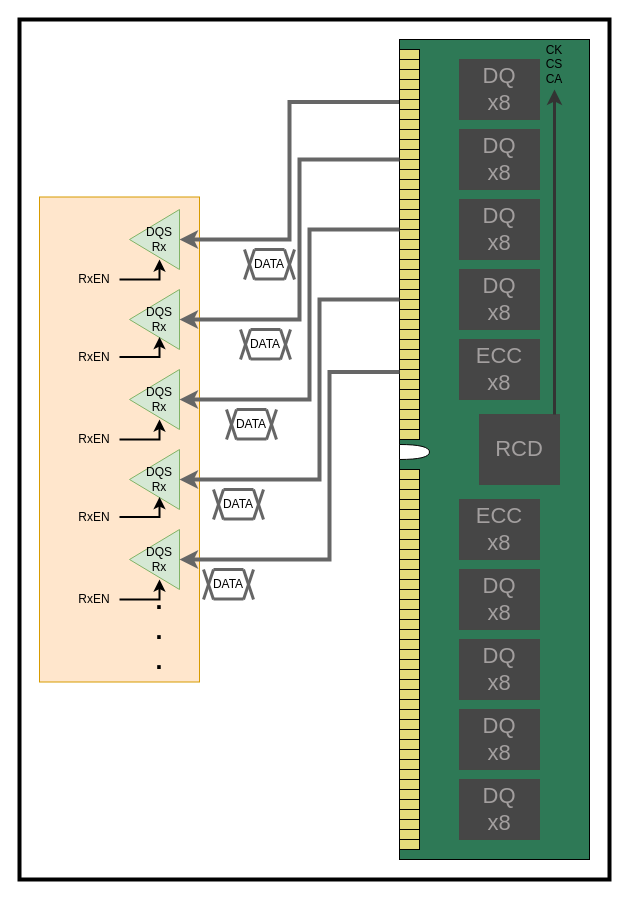
shingaridavesh/memoryandarchitecture keeps this draw.io diagram as docs/images/rdgate/rdgateneed2.drawio. Above is the earlier version. Source tidied: cells renumbered, new cells numbered last; positions are measured from the earlier drawing's top-left corner, leaving out a move shared by most shapes. Both pictures are drawn from the tidied source at 100%, with x=0, y=0 at pixel (19, 19).
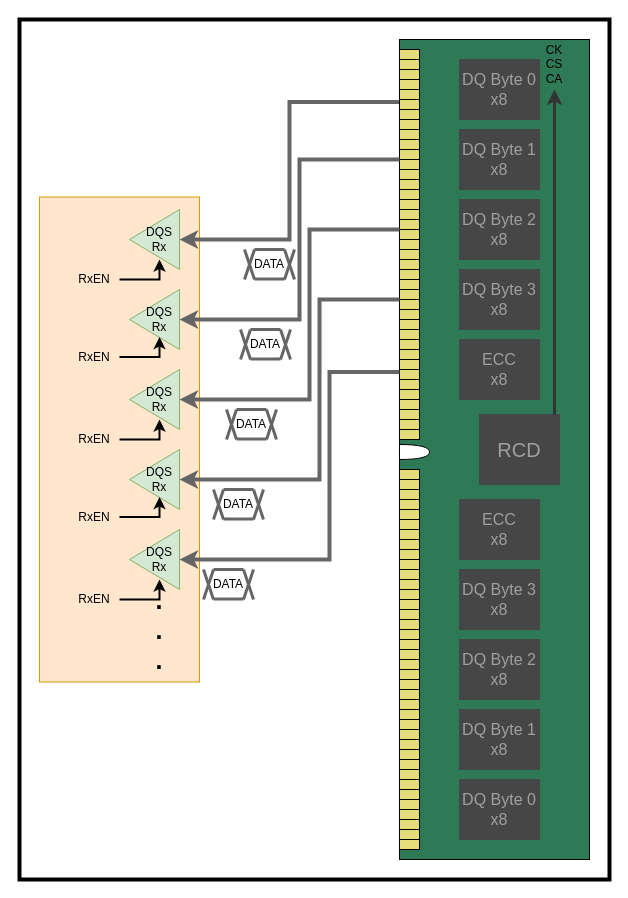
The same page after the edit.

Change to the diagram source:
```diff
@@
-    <mxCell id="12" value="&lt;span style=&quot;color: rgb(163, 159, 159); font-size: 22px;&quot;&gt;ECC&lt;/span&gt;&lt;div&gt;&lt;span style=&quot;color: rgb(163, 159, 159); font-size: 22px;&quot;&gt;x8&lt;/span&gt;&lt;/div&gt;" style="rounded=0;whiteSpace=wrap;html=1;strokeColor=#454744;fillColor=#464646;direction=south;" parent="1" vertex="1">
+    <mxCell id="12" value="&lt;font color=&quot;#a39f9f&quot;&gt;&lt;span style=&quot;font-size: 16px;&quot;&gt;ECC&lt;/span&gt;&lt;/font&gt;&lt;br&gt;&lt;div style=&quot;font-size: 16px;&quot;&gt;&lt;span style=&quot;color: rgb(163, 159, 159);&quot;&gt;x8&lt;/span&gt;&lt;/div&gt;" style="rounded=0;whiteSpace=wrap;html=1;strokeColor=#454744;fillColor=#464646;direction=south;" parent="1" vertex="1">
       <mxGeometry x="440" y="480" width="80" height="60" as="geometry" />
     </mxCell>
-    <mxCell id="13" value="&lt;span style=&quot;color: rgb(163, 159, 159); font-size: 22px;&quot;&gt;DQ&lt;/span&gt;&lt;div&gt;&lt;span style=&quot;color: rgb(163, 159, 159); font-size: 22px;&quot;&gt;x8&lt;/span&gt;&lt;/div&gt;" style="rounded=0;whiteSpace=wrap;html=1;strokeColor=#454744;fillColor=#464646;direction=south;" parent="1" vertex="1">
+    <mxCell id="13" value="&lt;span style=&quot;color: rgb(163, 159, 159); font-size: 16px;&quot;&gt;DQ Byte 3&lt;/span&gt;&lt;div style=&quot;font-size: 16px;&quot;&gt;&lt;span style=&quot;color: rgb(163, 159, 159);&quot;&gt;x8&lt;/span&gt;&lt;/div&gt;" style="rounded=0;whiteSpace=wrap;html=1;strokeColor=#454744;fillColor=#464646;direction=south;" parent="1" vertex="1">
       <mxGeometry x="440" y="550" width="80" height="60" as="geometry" />
     </mxCell>
-    <mxCell id="14" value="&lt;span style=&quot;color: rgb(163, 159, 159); font-size: 22px;&quot;&gt;DQ&lt;/span&gt;&lt;div&gt;&lt;span style=&quot;color: rgb(163, 159, 159); font-size: 22px;&quot;&gt;x8&lt;/span&gt;&lt;/div&gt;" style="rounded=0;whiteSpace=wrap;html=1;strokeColor=#454744;fillColor=#464646;direction=south;" parent="1" vertex="1">
+    <mxCell id="14" value="&lt;span style=&quot;color: rgb(163, 159, 159); font-size: 16px;&quot;&gt;DQ Byte 2&lt;/span&gt;&lt;div style=&quot;font-size: 16px;&quot;&gt;&lt;span style=&quot;color: rgb(163, 159, 159);&quot;&gt;x8&lt;/span&gt;&lt;/div&gt;" style="rounded=0;whiteSpace=wrap;html=1;strokeColor=#454744;fillColor=#464646;direction=south;" parent="1" vertex="1">
       <mxGeometry x="440" y="620" width="80" height="60" as="geometry" />
     </mxCell>
-    <mxCell id="15" value="&lt;span style=&quot;color: rgb(163, 159, 159); font-size: 22px;&quot;&gt;DQ&lt;/span&gt;&lt;div&gt;&lt;span style=&quot;color: rgb(163, 159, 159); font-size: 22px;&quot;&gt;x8&lt;/span&gt;&lt;/div&gt;" style="rounded=0;whiteSpace=wrap;html=1;strokeColor=#454744;fillColor=#464646;direction=south;" parent="1" vertex="1">
+    <mxCell id="15" value="&lt;span style=&quot;color: rgb(163, 159, 159); font-size: 16px;&quot;&gt;DQ Byte 0&lt;/span&gt;&lt;div style=&quot;font-size: 16px;&quot;&gt;&lt;span style=&quot;color: rgb(163, 159, 159);&quot;&gt;x8&lt;/span&gt;&lt;/div&gt;" style="rounded=0;whiteSpace=wrap;html=1;strokeColor=#454744;fillColor=#464646;direction=south;" parent="1" vertex="1">
       <mxGeometry x="440" y="760" width="80" height="60" as="geometry" />
     </mxCell>
-    <mxCell id="16" value="&lt;span style=&quot;color: rgb(163, 159, 159); font-size: 22px;&quot;&gt;DQ&lt;/span&gt;&lt;div&gt;&lt;span style=&quot;color: rgb(163, 159, 159); font-size: 22px;&quot;&gt;x8&lt;/span&gt;&lt;/div&gt;" style="rounded=0;whiteSpace=wrap;html=1;strokeColor=#454744;fillColor=#464646;direction=south;" parent="1" vertex="1">
+    <mxCell id="16" value="&lt;span style=&quot;color: rgb(163, 159, 159); font-size: 16px;&quot;&gt;DQ Byte 1&lt;/span&gt;&lt;div style=&quot;font-size: 16px;&quot;&gt;&lt;span style=&quot;color: rgb(163, 159, 159);&quot;&gt;x8&lt;/span&gt;&lt;/div&gt;" style="rounded=0;whiteSpace=wrap;html=1;strokeColor=#454744;fillColor=#464646;direction=south;" parent="1" vertex="1">
       <mxGeometry x="440" y="690" width="80" height="60" as="geometry" />
     </mxCell>
@@
-    <mxCell id="93" value="&lt;span style=&quot;color: rgb(163, 159, 159); font-size: 22px;&quot;&gt;DQ&lt;/span&gt;&lt;div&gt;&lt;span style=&quot;color: rgb(163, 159, 159); font-size: 22px;&quot;&gt;x8&lt;/span&gt;&lt;/div&gt;" style="rounded=0;whiteSpace=wrap;html=1;strokeColor=#454744;fillColor=#464646;direction=south;" parent="1" vertex="1">
+    <mxCell id="93" value="&lt;span style=&quot;color: rgb(163, 159, 159); font-size: 16px;&quot;&gt;&lt;font style=&quot;font-size: 16px;&quot;&gt;DQ Byte 0&lt;/font&gt;&lt;/span&gt;&lt;div style=&quot;font-size: 16px;&quot;&gt;&lt;span style=&quot;color: rgb(163, 159, 159);&quot;&gt;&lt;font style=&quot;font-size: 16px;&quot;&gt;x8&lt;/font&gt;&lt;/span&gt;&lt;/div&gt;" style="rounded=0;whiteSpace=wrap;html=1;strokeColor=#454744;fillColor=#464646;direction=south;" parent="1" vertex="1">
       <mxGeometry x="440" y="40" width="80" height="60" as="geometry" />
     </mxCell>
-    <mxCell id="94" value="&lt;span style=&quot;color: rgb(163, 159, 159); font-size: 22px;&quot;&gt;DQ&lt;/span&gt;&lt;div&gt;&lt;span style=&quot;color: rgb(163, 159, 159); font-size: 22px;&quot;&gt;x8&lt;/span&gt;&lt;/div&gt;" style="rounded=0;whiteSpace=wrap;html=1;strokeColor=#454744;fillColor=#464646;direction=south;" parent="1" vertex="1">
+    <mxCell id="94" value="&lt;span style=&quot;color: rgb(163, 159, 159); font-size: 16px;&quot;&gt;DQ Byte 1&lt;/span&gt;&lt;div style=&quot;font-size: 16px;&quot;&gt;&lt;span style=&quot;color: rgb(163, 159, 159);&quot;&gt;x8&lt;/span&gt;&lt;/div&gt;" style="rounded=0;whiteSpace=wrap;html=1;strokeColor=#454744;fillColor=#464646;direction=south;" parent="1" vertex="1">
       <mxGeometry x="440" y="110" width="80" height="60" as="geometry" />
     </mxCell>
-    <mxCell id="95" value="&lt;span style=&quot;color: rgb(163, 159, 159); font-size: 22px;&quot;&gt;DQ&lt;/span&gt;&lt;div&gt;&lt;span style=&quot;color: rgb(163, 159, 159); font-size: 22px;&quot;&gt;x8&lt;/span&gt;&lt;/div&gt;" style="rounded=0;whiteSpace=wrap;html=1;strokeColor=#454744;fillColor=#464646;direction=south;" parent="1" vertex="1">
+    <mxCell id="95" value="&lt;span style=&quot;color: rgb(163, 159, 159); font-size: 16px;&quot;&gt;DQ Byte 2&lt;/span&gt;&lt;div style=&quot;font-size: 16px;&quot;&gt;&lt;span style=&quot;color: rgb(163, 159, 159);&quot;&gt;x8&lt;/span&gt;&lt;/div&gt;" style="rounded=0;whiteSpace=wrap;html=1;strokeColor=#454744;fillColor=#464646;direction=south;" parent="1" vertex="1">
       <mxGeometry x="440" y="180" width="80" height="60" as="geometry" />
     </mxCell>
-    <mxCell id="96" value="&lt;span style=&quot;color: rgb(163, 159, 159); font-size: 22px;&quot;&gt;ECC&lt;/span&gt;&lt;div&gt;&lt;span style=&quot;color: rgb(163, 159, 159); font-size: 22px;&quot;&gt;x8&lt;/span&gt;&lt;/div&gt;" style="rounded=0;whiteSpace=wrap;html=1;strokeColor=#454744;fillColor=#464646;direction=south;" parent="1" vertex="1">
+    <mxCell id="96" value="&lt;font color=&quot;#a39f9f&quot;&gt;&lt;span style=&quot;font-size: 16px;&quot;&gt;ECC&lt;/span&gt;&lt;/font&gt;&lt;br&gt;&lt;div style=&quot;font-size: 16px;&quot;&gt;&lt;span style=&quot;color: rgb(163, 159, 159);&quot;&gt;x8&lt;/span&gt;&lt;/div&gt;" style="rounded=0;whiteSpace=wrap;html=1;strokeColor=#454744;fillColor=#464646;direction=south;" parent="1" vertex="1">
       <mxGeometry x="440" y="320" width="80" height="60" as="geometry" />
     </mxCell>
-    <mxCell id="97" value="&lt;span style=&quot;color: rgb(163, 159, 159); font-size: 22px;&quot;&gt;DQ&lt;/span&gt;&lt;div&gt;&lt;span style=&quot;color: rgb(163, 159, 159); font-size: 22px;&quot;&gt;x8&lt;/span&gt;&lt;/div&gt;" style="rounded=0;whiteSpace=wrap;html=1;strokeColor=#454744;fillColor=#464646;direction=south;" parent="1" vertex="1">
+    <mxCell id="97" value="&lt;span style=&quot;color: rgb(163, 159, 159); font-size: 16px;&quot;&gt;DQ Byte 3&lt;/span&gt;&lt;div style=&quot;font-size: 16px;&quot;&gt;&lt;span style=&quot;color: rgb(163, 159, 159);&quot;&gt;x8&lt;/span&gt;&lt;/div&gt;" style="rounded=0;whiteSpace=wrap;html=1;strokeColor=#454744;fillColor=#464646;direction=south;" parent="1" vertex="1">
       <mxGeometry x="440" y="250" width="80" height="60" as="geometry" />
     </mxCell>
-    <mxCell id="98" value="&lt;span style=&quot;color: rgb(163, 159, 159); font-size: 22px;&quot;&gt;RCD&lt;/span&gt;" style="rounded=0;whiteSpace=wrap;html=1;strokeColor=#454744;fillColor=#464646;direction=south;" parent="1" vertex="1">
+    <mxCell id="98" value="&lt;span style=&quot;color: rgb(163, 159, 159);&quot;&gt;&lt;font style=&quot;font-size: 20px;&quot;&gt;RCD&lt;/font&gt;&lt;/span&gt;" style="rounded=0;whiteSpace=wrap;html=1;strokeColor=#454744;fillColor=#464646;direction=south;" parent="1" vertex="1">
       <mxGeometry x="460" y="395" width="80" height="70" as="geometry" />
     </mxCell>
```
